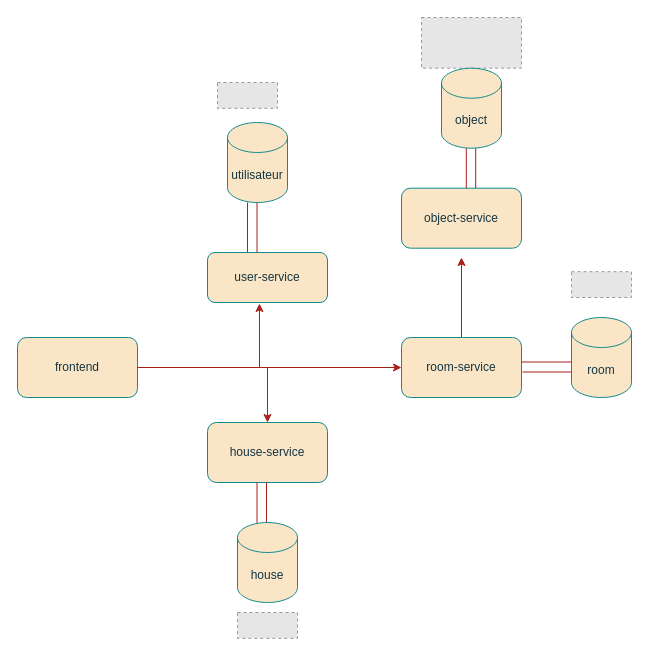
Above: architectureDiagrame.drawio in Jules-Prince/meubleHub (draw.io), before the change. Source tidied: cells renumbered, new cells numbered last; positions are measured from the earlier drawing's top-left corner, leaving out a move shared by most shapes. Both pictures are drawn from the tidied source at 100%, with x=0, y=0 at pixel (17, 17). Pictures stored in the file or linked from it are replaced by grey dashed boxes.
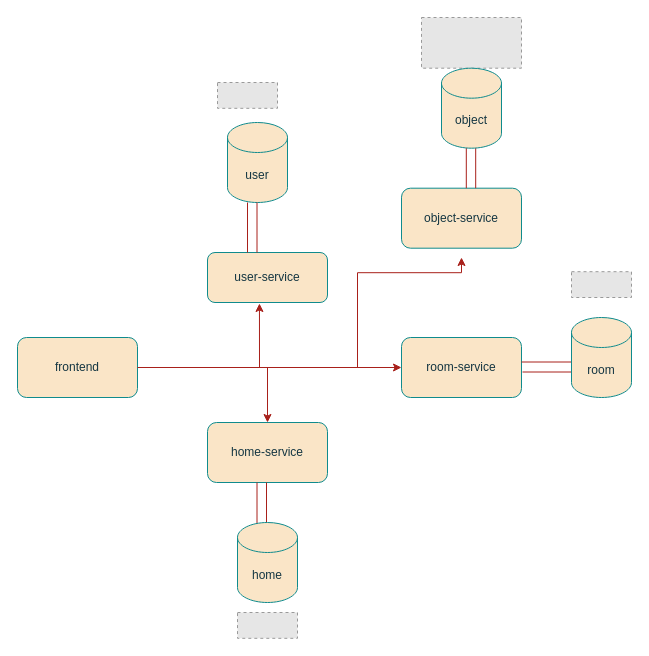
Above is the later version.

Unchanged cells that the change refers to:
```xml
<mxCell id="5" style="group;labelBackgroundColor=none;fontColor=#143642;" parent="1" vertex="1">
  <mxGeometry x="190" y="405" width="120" height="215.8" as="geometry" />
</mxCell>
<mxCell id="11" style="group;labelBackgroundColor=none;fontColor=#143642;" parent="1" vertex="1">
  <mxGeometry x="190" y="65" width="120" height="220" as="geometry" />
</mxCell>
<mxCell id="23" style="group;labelBackgroundColor=none;fontColor=#143642;" parent="1" vertex="1">
  <mxGeometry x="384" y="254.2" width="230" height="125.8" as="geometry" />
</mxCell>
<mxCell id="25" value="room-service" style="rounded=1;whiteSpace=wrap;html=1;labelBackgroundColor=none;fillColor=#FAE5C7;strokeColor=#0F8B8D;fontColor=#143642;" parent="23" vertex="1">
  <mxGeometry y="65.8" width="120" height="60" as="geometry" />
</mxCell>
```

The edit, as a diff of the source:
```diff
@@
-    <mxCell id="6" value="house-service" style="rounded=1;whiteSpace=wrap;html=1;labelBackgroundColor=none;fillColor=#FAE5C7;strokeColor=#0F8B8D;fontColor=#143642;" parent="5" vertex="1">
+    <mxCell id="6" value="home-service" style="rounded=1;whiteSpace=wrap;html=1;labelBackgroundColor=none;fillColor=#FAE5C7;strokeColor=#0F8B8D;fontColor=#143642;" parent="5" vertex="1">
       <mxGeometry width="120" height="60" as="geometry" />
     </mxCell>
@@
-    <mxCell id="9" value="house" style="shape=cylinder3;whiteSpace=wrap;html=1;boundedLbl=1;backgroundOutline=1;size=15;labelBackgroundColor=none;fillColor=#FAE5C7;strokeColor=#0F8B8D;fontColor=#143642;" parent="5" vertex="1">
+    <mxCell id="9" value="home" style="shape=cylinder3;whiteSpace=wrap;html=1;boundedLbl=1;backgroundOutline=1;size=15;labelBackgroundColor=none;fillColor=#FAE5C7;strokeColor=#0F8B8D;fontColor=#143642;" parent="5" vertex="1">
       <mxGeometry x="30" y="100" width="60" height="80" as="geometry" />
     </mxCell>
@@
-    <mxCell id="13" value="utilisateur" style="shape=cylinder3;whiteSpace=wrap;html=1;boundedLbl=1;backgroundOutline=1;size=15;labelBackgroundColor=none;fillColor=#FAE5C7;strokeColor=#0F8B8D;fontColor=#143642;" parent="11" vertex="1">
+    <mxCell id="13" value="user" style="shape=cylinder3;whiteSpace=wrap;html=1;boundedLbl=1;backgroundOutline=1;size=15;labelBackgroundColor=none;fillColor=#FAE5C7;strokeColor=#0F8B8D;fontColor=#143642;" parent="11" vertex="1">
       <mxGeometry x="20" y="40" width="60" height="80" as="geometry" />
     </mxCell>
@@
-    <mxCell id="24" style="edgeStyle=orthogonalEdgeStyle;rounded=0;jettySize=auto;html=1;exitX=0.5;exitY=0;exitDx=0;exitDy=0;labelBackgroundColor=none;strokeColor=#A8201A;fontColor=default;" parent="23" edge="1" source="25">
+    <mxCell id="24" style="edgeStyle=orthogonalEdgeStyle;rounded=0;orthogonalLoop=1;jettySize=auto;html=1;labelBackgroundColor=none;strokeColor=#A8201A;fontColor=default;" parent="23" edge="1">
       <mxGeometry relative="1" as="geometry">
+        <mxPoint x="-64" y="95.8" as="sourcePoint" />
         <mxPoint x="60" y="-14.2" as="targetPoint" />
+        <Array as="points">
+          <mxPoint x="-44" y="96" />
+          <mxPoint x="-44" y="1" />
+          <mxPoint x="60" y="1" />
+        </Array>
       </mxGeometry>
     </mxCell>
```
